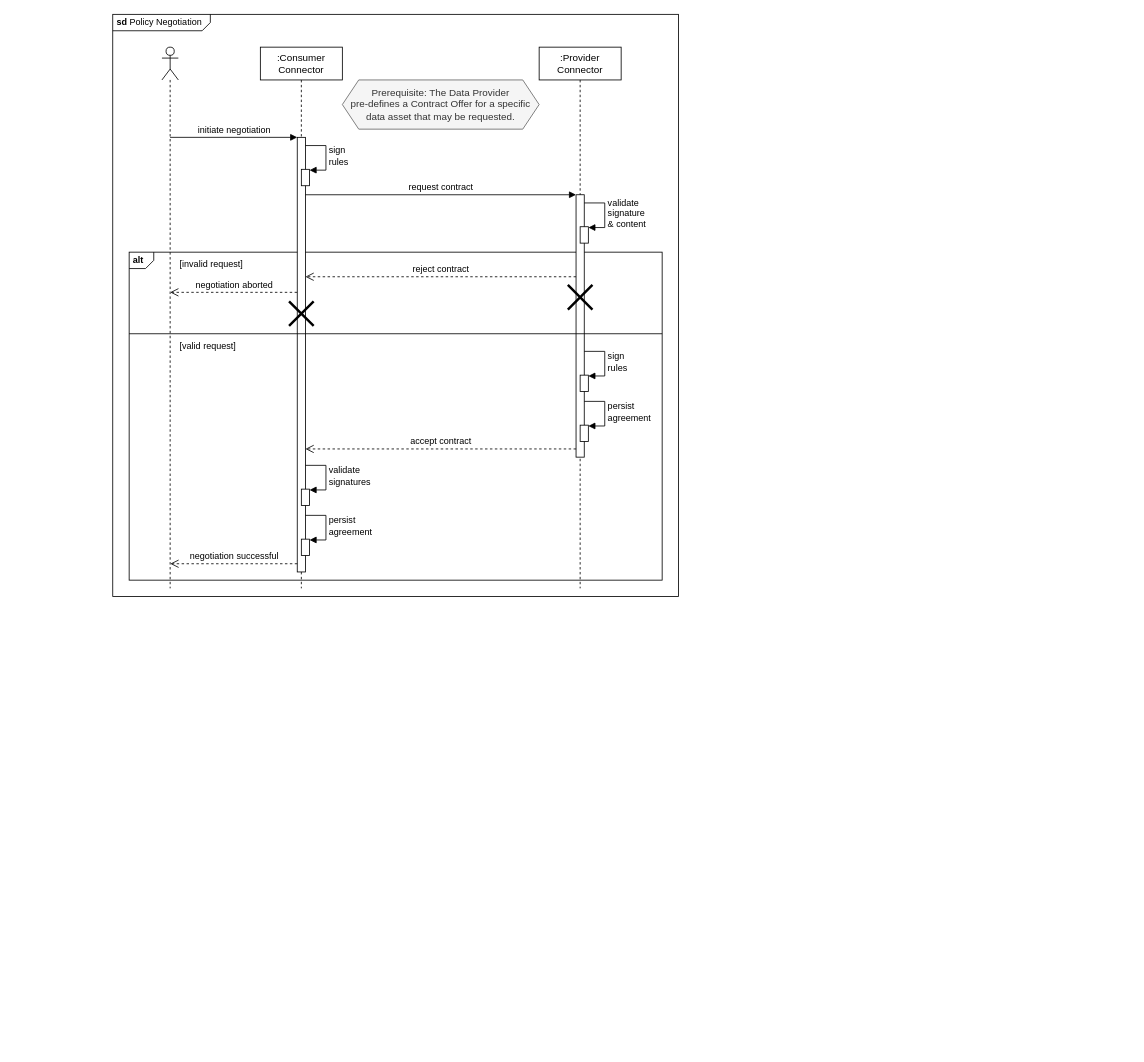
This is documentation/3_Layers_of_the_Reference_Architecture_Model/3_3_Process_Layer/media/policy-negotiation-sequence-1.drawio from International-Data-Spaces-Association/IDS-RAM_4_0, a draw.io file, before an edit. Source tidied: cells renumbered, new cells numbered last; positions are measured from the earlier drawing's top-left corner, leaving out a move shared by most shapes. Both pictures are drawn from the tidied source at 82%, with x=0, y=0 at pixel (112, 14).
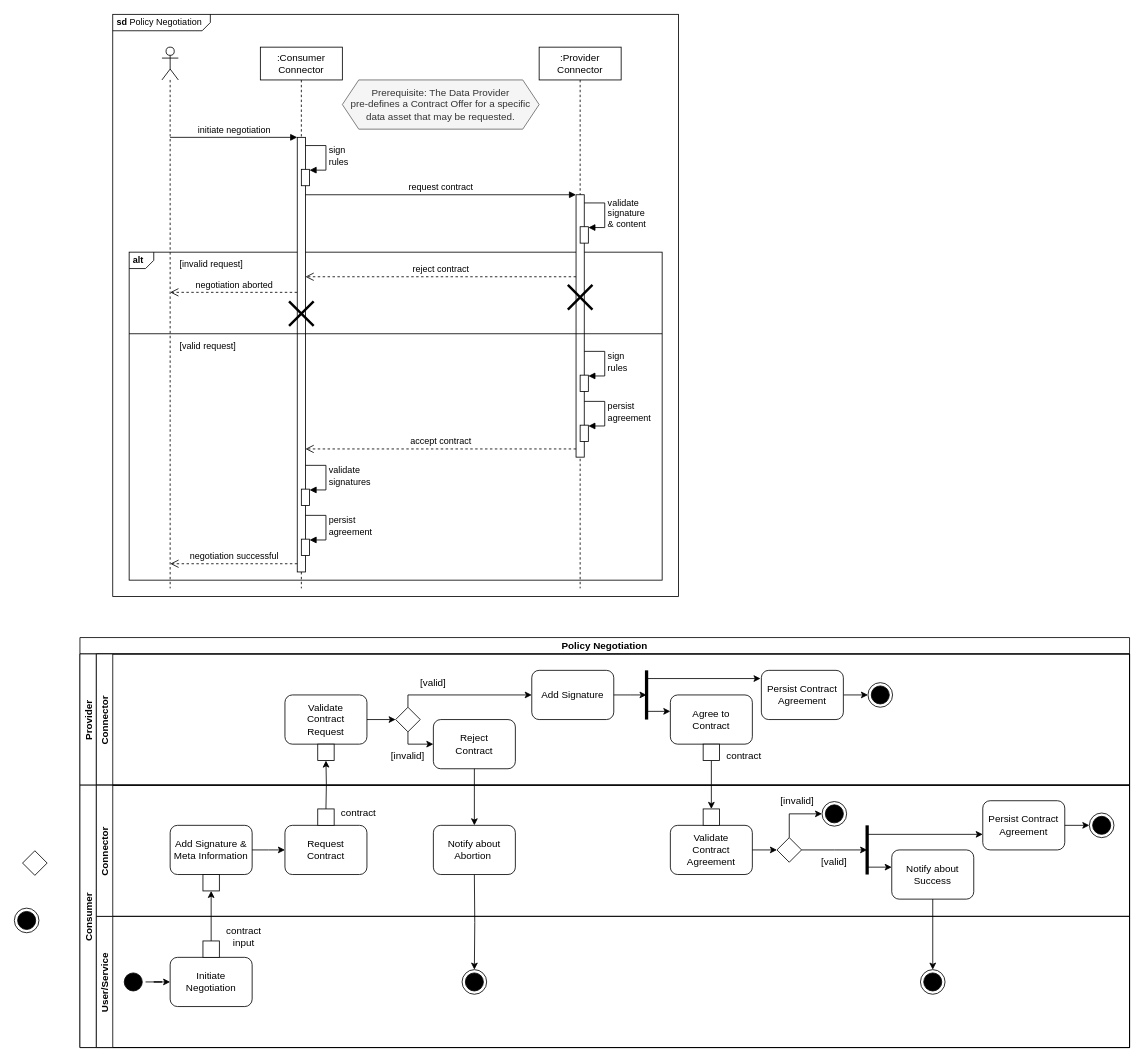
Above is the later version.

Commit message (it also covers changes not shown here):
chore: apply feedback + replace sequence diagrams by activity diagrams

Change to the diagram source:
```diff
@@
+    <mxCell id="33" value="Policy Negotiation" style="swimlane;horizontal=1;startSize=20;fontStyle=1;" parent="1" vertex="1">
+      <mxGeometry x="-40" y="760" width="1280" height="500" as="geometry" />
+    </mxCell>
+    <mxCell id="34" style="edgeStyle=orthogonalEdgeStyle;rounded=0;jettySize=auto;html=1;exitX=0.5;exitY=1;exitDx=0;exitDy=0;entryX=0.5;entryY=0;entryDx=0;entryDy=0;strokeWidth=1;" parent="33" edge="1" source="38">
+      <mxGeometry relative="1" as="geometry">
+        <mxPoint x="770" y="209" as="targetPoint" />
+      </mxGeometry>
+    </mxCell>
+    <mxCell id="35" value="Provider" style="swimlane;startSize=20;horizontal=0;" parent="33" vertex="1">
+      <mxGeometry y="20" width="1280" height="160" as="geometry" />
+    </mxCell>
+    <mxCell id="36" value="Connector" style="swimlane;startSize=20;horizontal=0;" parent="35" vertex="1">
+      <mxGeometry x="20" width="1260" height="160" as="geometry" />
+    </mxCell>
+    <mxCell id="37" value="Agree to &lt;br&gt;Contract" style="rounded=1;whiteSpace=wrap;html=1;strokeColor=default;" parent="36" vertex="1">
+      <mxGeometry x="700" y="50" width="100" height="60" as="geometry" />
+    </mxCell>
+    <mxCell id="38" style="rounded=0;whiteSpace=wrap;html=1;strokeColor=default;" parent="36" vertex="1">
+      <mxGeometry x="740" y="110" width="20" height="20" as="geometry" />
+    </mxCell>
+    <mxCell id="39" value="contract" style="text;html=1;strokeColor=none;fillColor=none;align=center;verticalAlign=middle;whiteSpace=wrap;rounded=0;" parent="36" vertex="1">
+      <mxGeometry x="760" y="110" width="60" height="30" as="geometry" />
+    </mxCell>
+    <mxCell id="40" style="edgeStyle=orthogonalEdgeStyle;rounded=0;orthogonalLoop=1;jettySize=auto;html=1;strokeWidth=1;" parent="36" edge="1">
+      <mxGeometry relative="1" as="geometry">
+        <mxPoint x="670" y="30" as="sourcePoint" />
+        <mxPoint x="810" y="30" as="targetPoint" />
+      </mxGeometry>
+    </mxCell>
+    <mxCell id="41" style="edgeStyle=orthogonalEdgeStyle;rounded=0;orthogonalLoop=1;jettySize=auto;html=1;strokeWidth=1;entryX=0;entryY=0.25;entryDx=0;entryDy=0;" parent="36" edge="1">
+      <mxGeometry relative="1" as="geometry">
+        <mxPoint x="670" y="70" as="sourcePoint" />
+        <mxPoint x="700" y="70" as="targetPoint" />
+        <Array as="points">
+          <mxPoint x="670" y="70" />
+        </Array>
+      </mxGeometry>
+    </mxCell>
+    <mxCell id="42" style="edgeStyle=orthogonalEdgeStyle;rounded=0;jettySize=auto;html=1;exitX=1;exitY=0.5;exitDx=0;exitDy=0;entryX=0;entryY=0.5;entryDx=0;entryDy=0;" parent="35" edge="1" source="43" target="47">
+      <mxGeometry relative="1" as="geometry" />
+    </mxCell>
+    <mxCell id="43" value="Validate &lt;br&gt;Contract &lt;br&gt;Request" style="rounded=1;whiteSpace=wrap;html=1;strokeColor=default;" parent="35" vertex="1">
+      <mxGeometry x="250" y="50" width="100" height="60" as="geometry" />
+    </mxCell>
+    <mxCell id="44" style="rounded=0;whiteSpace=wrap;html=1;strokeColor=default;" parent="35" vertex="1">
+      <mxGeometry x="290" y="110" width="20" height="20" as="geometry" />
+    </mxCell>
+    <mxCell id="45" style="edgeStyle=orthogonalEdgeStyle;rounded=0;jettySize=auto;html=1;exitX=0.5;exitY=1;exitDx=0;exitDy=0;entryX=0;entryY=0.5;entryDx=0;entryDy=0;" parent="35" edge="1" source="47" target="48">
+      <mxGeometry relative="1" as="geometry">
+        <Array as="points">
+          <mxPoint x="400" y="110" />
+        </Array>
+      </mxGeometry>
+    </mxCell>
+    <mxCell id="46" style="edgeStyle=orthogonalEdgeStyle;rounded=0;jettySize=auto;html=1;exitX=0.5;exitY=0;exitDx=0;exitDy=0;entryX=0;entryY=0.5;entryDx=0;entryDy=0;" parent="35" edge="1" source="47" target="50">
+      <mxGeometry relative="1" as="geometry">
+        <Array as="points">
+          <mxPoint x="400" y="50" />
+        </Array>
+      </mxGeometry>
+    </mxCell>
+    <mxCell id="47" style="rhombus;whiteSpace=wrap;html=1;strokeColor=default;" parent="35" vertex="1">
+      <mxGeometry x="385" y="65" width="30" height="30" as="geometry" />
+    </mxCell>
+    <mxCell id="48" value="Reject &lt;br&gt;Contract" style="rounded=1;whiteSpace=wrap;html=1;strokeColor=default;" parent="35" vertex="1">
+      <mxGeometry x="431" y="80" width="100" height="60" as="geometry" />
+    </mxCell>
+    <mxCell id="49" value="[invalid]" style="text;html=1;strokeColor=none;fillColor=none;align=center;verticalAlign=middle;whiteSpace=wrap;rounded=0;" parent="35" vertex="1">
+      <mxGeometry x="370" y="110" width="60" height="30" as="geometry" />
+    </mxCell>
+    <mxCell id="50" value="Add Signature" style="rounded=1;whiteSpace=wrap;html=1;strokeColor=default;" parent="35" vertex="1">
+      <mxGeometry x="551" y="20" width="100" height="60" as="geometry" />
+    </mxCell>
+    <mxCell id="51" value="[valid]" style="text;html=1;strokeColor=none;fillColor=none;align=center;verticalAlign=middle;whiteSpace=wrap;rounded=0;" parent="35" vertex="1">
+      <mxGeometry x="401" y="20" width="60" height="30" as="geometry" />
+    </mxCell>
+    <mxCell id="52" style="edgeStyle=orthogonalEdgeStyle;rounded=0;jettySize=auto;html=1;exitX=1;exitY=0.5;exitDx=0;exitDy=0;entryX=0;entryY=0.5;entryDx=0;entryDy=0;strokeWidth=1;" parent="35" edge="1" source="53" target="55">
+      <mxGeometry relative="1" as="geometry" />
+    </mxCell>
+    <mxCell id="53" value="Persist Contract&lt;br&gt;Agreement" style="rounded=1;whiteSpace=wrap;html=1;strokeColor=default;" parent="35" vertex="1">
+      <mxGeometry x="831" y="20" width="100" height="60" as="geometry" />
+    </mxCell>
+    <mxCell id="54" style="endArrow=none;html=1;rounded=0;strokeWidth=4;" parent="35" edge="1">
+      <mxGeometry relative="1" as="geometry">
+        <mxPoint x="691" y="80" as="sourcePoint" />
+        <mxPoint x="691" y="20" as="targetPoint" />
+      </mxGeometry>
+    </mxCell>
+    <mxCell id="55" style="ellipse;html=1;shape=endState;fillColor=#000000;strokeColor=#000000;" parent="35" vertex="1">
+      <mxGeometry x="961" y="35" width="30" height="30" as="geometry" />
+    </mxCell>
+    <mxCell id="56" style="edgeStyle=orthogonalEdgeStyle;rounded=0;jettySize=auto;html=1;exitX=0.5;exitY=1;exitDx=0;exitDy=0;entryX=0.5;entryY=0;entryDx=0;entryDy=0;" parent="33" edge="1" source="48">
+      <mxGeometry relative="1" as="geometry">
+        <mxPoint x="481" y="229" as="targetPoint" />
+      </mxGeometry>
+    </mxCell>
+    <mxCell id="57" value="Consumer" style="swimlane;startSize=20;horizontal=0;" parent="33" vertex="1">
+      <mxGeometry y="180" width="1280" height="320" as="geometry" />
+    </mxCell>
+    <mxCell id="58" value="User/Service" style="swimlane;startSize=20;horizontal=0;" parent="57" vertex="1">
+      <mxGeometry x="20" y="160" width="1260" height="160" as="geometry" />
+    </mxCell>
+    <mxCell id="59" style="ellipse;html=1;shape=startState;fillColor=#000000;strokeColor=default;" parent="58" vertex="1">
+      <mxGeometry x="30" y="65" width="30" height="30" as="geometry" />
+    </mxCell>
+    <mxCell id="60" value="Initiate Negotiation" style="rounded=1;whiteSpace=wrap;html=1;strokeColor=default;" parent="58" vertex="1">
+      <mxGeometry x="90" y="50" width="100" height="60" as="geometry" />
+    </mxCell>
+    <mxCell id="61" style="edgeStyle=orthogonalEdgeStyle;rounded=0;jettySize=auto;html=1;exitX=1;exitY=0.5;exitDx=0;exitDy=0;" parent="58" edge="1" source="59" target="60">
+      <mxGeometry relative="1" as="geometry" />
+    </mxCell>
+    <mxCell id="62" style="rounded=0;whiteSpace=wrap;html=1;strokeColor=default;" parent="58" vertex="1">
+      <mxGeometry x="130" y="30" width="20" height="20" as="geometry" />
+    </mxCell>
+    <mxCell id="63" value="contract input" style="text;html=1;strokeColor=none;fillColor=none;align=center;verticalAlign=middle;whiteSpace=wrap;rounded=0;" parent="58" vertex="1">
+      <mxGeometry x="150" y="10" width="60" height="30" as="geometry" />
+    </mxCell>
+    <mxCell id="64" style="ellipse;html=1;shape=endState;fillColor=#000000;strokeColor=#000000;" parent="58" vertex="1">
+      <mxGeometry x="446" y="65" width="30" height="30" as="geometry" />
+    </mxCell>
+    <mxCell id="65" style="ellipse;html=1;shape=endState;fillColor=#000000;strokeColor=#000000;" parent="58" vertex="1">
+      <mxGeometry x="1005" y="65" width="30" height="30" as="geometry" />
+    </mxCell>
+    <mxCell id="66" style="edgeStyle=orthogonalEdgeStyle;rounded=0;jettySize=auto;html=1;exitX=0.5;exitY=0;exitDx=0;exitDy=0;entryX=0.5;entryY=1;entryDx=0;entryDy=0;" parent="57" edge="1" source="62">
+      <mxGeometry relative="1" as="geometry">
+        <mxPoint x="160" y="129" as="targetPoint" />
+      </mxGeometry>
+    </mxCell>
+    <mxCell id="67" style="edgeStyle=orthogonalEdgeStyle;rounded=0;jettySize=auto;html=1;exitX=0.5;exitY=1;exitDx=0;exitDy=0;entryX=0.5;entryY=0;entryDx=0;entryDy=0;" parent="57" edge="1" target="64">
+      <mxGeometry relative="1" as="geometry">
+        <mxPoint x="481" y="109" as="sourcePoint" />
+      </mxGeometry>
+    </mxCell>
+    <mxCell id="68" style="edgeStyle=orthogonalEdgeStyle;rounded=0;jettySize=auto;html=1;exitX=0.5;exitY=0;exitDx=0;exitDy=0;entryX=0.5;entryY=1;entryDx=0;entryDy=0;" parent="33" edge="1" target="44">
+      <mxGeometry relative="1" as="geometry">
+        <mxPoint x="300" y="209" as="sourcePoint" />
+      </mxGeometry>
+    </mxCell>
+    <mxCell id="69" style="rhombus;whiteSpace=wrap;html=1;strokeColor=default;" parent="1" vertex="1">
+      <mxGeometry x="-110" y="1020" width="30" height="30" as="geometry" />
+    </mxCell>
+    <mxCell id="70" style="ellipse;html=1;shape=endState;fillColor=#000000;strokeColor=#000000;" parent="1" vertex="1">
+      <mxGeometry x="-120" y="1090" width="30" height="30" as="geometry" />
+    </mxCell>
+    <mxCell id="71" value="Request &lt;br&gt;Contract" style="rounded=1;whiteSpace=wrap;html=1;strokeColor=default;" parent="1" vertex="1">
+      <mxGeometry x="210" y="989" width="100" height="60" as="geometry" />
+    </mxCell>
+    <mxCell id="72" style="edgeStyle=orthogonalEdgeStyle;rounded=0;jettySize=auto;html=1;exitX=1;exitY=0.5;exitDx=0;exitDy=0;strokeWidth=1;" parent="1" edge="1" source="50">
+      <mxGeometry relative="1" as="geometry">
+        <mxPoint x="651" y="830" as="targetPoint" />
+      </mxGeometry>
+    </mxCell>
+    <mxCell id="73" value="Connector" style="swimlane;startSize=20;horizontal=0;" parent="1" vertex="1">
+      <mxGeometry x="-20" y="940" width="1260" height="160" as="geometry" />
+    </mxCell>
+    <mxCell id="74" value="Add Signature &amp;amp; Meta Information" style="rounded=1;whiteSpace=wrap;html=1;strokeColor=default;" parent="73" vertex="1">
+      <mxGeometry x="90" y="49" width="100" height="60" as="geometry" />
+    </mxCell>
+    <mxCell id="75" style="rounded=0;whiteSpace=wrap;html=1;strokeColor=default;" parent="73" vertex="1">
+      <mxGeometry x="130" y="109" width="20" height="20" as="geometry" />
+    </mxCell>
+    <mxCell id="76" style="edgeStyle=orthogonalEdgeStyle;rounded=0;jettySize=auto;html=1;exitX=1;exitY=0.5;exitDx=0;exitDy=0;entryX=0;entryY=0.5;entryDx=0;entryDy=0;" parent="73" edge="1" source="74">
+      <mxGeometry relative="1" as="geometry">
+        <mxPoint x="230" y="79" as="targetPoint" />
+      </mxGeometry>
+    </mxCell>
+    <mxCell id="77" style="rounded=0;whiteSpace=wrap;html=1;strokeColor=default;" parent="73" vertex="1">
+      <mxGeometry x="270" y="29" width="20" height="20" as="geometry" />
+    </mxCell>
+    <mxCell id="78" value="contract" style="text;html=1;strokeColor=none;fillColor=none;align=center;verticalAlign=middle;whiteSpace=wrap;rounded=0;" parent="73" vertex="1">
+      <mxGeometry x="290" y="19" width="60" height="30" as="geometry" />
+    </mxCell>
+    <mxCell id="79" value="Notify about Abortion&amp;nbsp;" style="rounded=1;whiteSpace=wrap;html=1;strokeColor=default;" parent="73" vertex="1">
+      <mxGeometry x="411" y="49" width="100" height="60" as="geometry" />
+    </mxCell>
+    <mxCell id="80" value="Validate &lt;br&gt;Contract &lt;br&gt;Agreement" style="rounded=1;whiteSpace=wrap;html=1;strokeColor=default;" parent="73" vertex="1">
+      <mxGeometry x="700" y="49" width="100" height="60" as="geometry" />
+    </mxCell>
+    <mxCell id="81" style="rounded=0;whiteSpace=wrap;html=1;strokeColor=default;" parent="73" vertex="1">
+      <mxGeometry x="740" y="29" width="20" height="20" as="geometry" />
+    </mxCell>
+    <mxCell id="82" style="endArrow=none;html=1;rounded=0;strokeWidth=4;" parent="73" edge="1">
+      <mxGeometry relative="1" as="geometry">
+        <mxPoint x="940" y="109" as="sourcePoint" />
+        <mxPoint x="940" y="49" as="targetPoint" />
+      </mxGeometry>
+    </mxCell>
+    <mxCell id="83" value="Persist Contract&lt;br&gt;Agreement" style="rounded=1;whiteSpace=wrap;html=1;strokeColor=default;" parent="73" vertex="1">
+      <mxGeometry x="1081" y="19" width="100" height="60" as="geometry" />
+    </mxCell>
+    <mxCell id="84" style="ellipse;html=1;shape=endState;fillColor=#000000;strokeColor=#000000;" parent="73" vertex="1">
+      <mxGeometry x="1211" y="34" width="30" height="30" as="geometry" />
+    </mxCell>
+    <mxCell id="85" style="edgeStyle=orthogonalEdgeStyle;rounded=0;jettySize=auto;html=1;exitX=1;exitY=0.5;exitDx=0;exitDy=0;entryX=0;entryY=0.5;entryDx=0;entryDy=0;strokeWidth=1;" parent="73" edge="1" source="83" target="84">
+      <mxGeometry relative="1" as="geometry" />
+    </mxCell>
+    <mxCell id="86" value="Notify about Success" style="rounded=1;whiteSpace=wrap;html=1;strokeColor=default;" parent="73" vertex="1">
+      <mxGeometry x="970" y="79" width="100" height="60" as="geometry" />
+    </mxCell>
+    <mxCell id="87" style="edgeStyle=orthogonalEdgeStyle;rounded=0;jettySize=auto;html=1;exitX=0.5;exitY=0;exitDx=0;exitDy=0;entryX=0;entryY=0.5;entryDx=0;entryDy=0;strokeWidth=1;" parent="73" edge="1" source="88" target="90">
+      <mxGeometry relative="1" as="geometry" />
+    </mxCell>
+    <mxCell id="88" style="rhombus;whiteSpace=wrap;html=1;strokeColor=default;" parent="73" vertex="1">
+      <mxGeometry x="830" y="64" width="30" height="30" as="geometry" />
+    </mxCell>
+    <mxCell id="89" value="[valid]" style="text;html=1;strokeColor=none;fillColor=none;align=center;verticalAlign=middle;whiteSpace=wrap;rounded=0;" parent="73" vertex="1">
+      <mxGeometry x="870" y="79" width="60" height="30" as="geometry" />
+    </mxCell>
+    <mxCell id="90" style="ellipse;html=1;shape=endState;fillColor=#000000;strokeColor=#000000;" parent="73" vertex="1">
+      <mxGeometry x="885" y="20" width="30" height="30" as="geometry" />
+    </mxCell>
+    <mxCell id="91" value="[invalid]" style="text;html=1;strokeColor=none;fillColor=none;align=center;verticalAlign=middle;whiteSpace=wrap;rounded=0;" parent="73" vertex="1">
+      <mxGeometry x="825" y="4" width="60" height="30" as="geometry" />
+    </mxCell>
+    <mxCell id="92" style="edgeStyle=orthogonalEdgeStyle;rounded=0;jettySize=auto;html=1;exitX=1;exitY=0.5;exitDx=0;exitDy=0;strokeWidth=1;" parent="1" edge="1" source="80">
+      <mxGeometry relative="1" as="geometry">
+        <mxPoint x="810" y="1019" as="targetPoint" />
+      </mxGeometry>
+    </mxCell>
+    <mxCell id="93" style="edgeStyle=orthogonalEdgeStyle;rounded=0;orthogonalLoop=1;jettySize=auto;html=1;exitX=0;exitY=0.75;exitDx=0;exitDy=0;strokeWidth=1;entryX=0;entryY=0.75;entryDx=0;entryDy=0;" parent="1" edge="1">
+      <mxGeometry relative="1" as="geometry">
+        <mxPoint x="920" y="1000" as="sourcePoint" />
+        <mxPoint x="1061" y="1000" as="targetPoint" />
+      </mxGeometry>
+    </mxCell>
+    <mxCell id="94" style="edgeStyle=orthogonalEdgeStyle;rounded=0;orthogonalLoop=1;jettySize=auto;html=1;exitX=0;exitY=0.25;exitDx=0;exitDy=0;strokeWidth=1;entryX=0;entryY=0.25;entryDx=0;entryDy=0;" parent="1" edge="1">
+      <mxGeometry relative="1" as="geometry">
+        <mxPoint x="920" y="1040" as="sourcePoint" />
+        <mxPoint x="950" y="1040" as="targetPoint" />
+      </mxGeometry>
+    </mxCell>
+    <mxCell id="95" style="edgeStyle=orthogonalEdgeStyle;rounded=0;jettySize=auto;html=1;exitX=0.5;exitY=1;exitDx=0;exitDy=0;entryX=0.5;entryY=0;entryDx=0;entryDy=0;strokeWidth=1;" parent="1" edge="1" source="86" target="65">
+      <mxGeometry relative="1" as="geometry" />
+    </mxCell>
+    <mxCell id="96" style="edgeStyle=orthogonalEdgeStyle;rounded=0;jettySize=auto;html=1;exitX=1;exitY=0.5;exitDx=0;exitDy=0;strokeWidth=1;" parent="1" edge="1" source="88">
+      <mxGeometry relative="1" as="geometry">
+        <mxPoint x="920" y="1019" as="targetPoint" />
+      </mxGeometry>
+    </mxCell>
```
